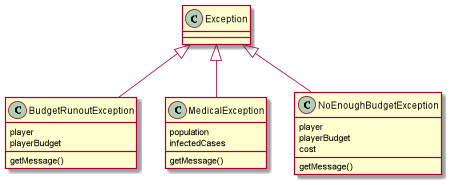
ahmad-hl/comp3021-corona-spring2021 keeps this PlantUML diagram as exceptions.png. Above is the earlier version.
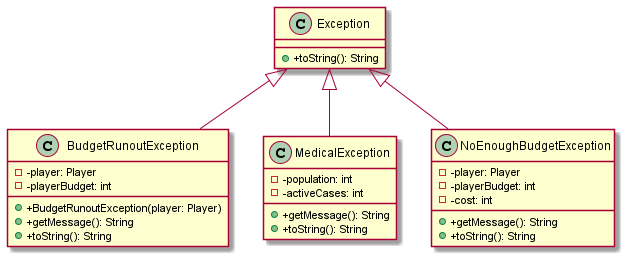
Later version of the same file.

What changed in the source:
```diff
@@ -1,21 +1,27 @@
 @startuml
 
-class Exception
+class Exception{
++ +toString(): String
+}
 class BudgetRunoutException{
-player
-playerBudget
-getMessage()
+- -player: Player
+- -playerBudget: int
++ +BudgetRunoutException(player: Player)
++ +getMessage(): String
++ +toString(): String
 }
 class MedicalException{
-population
-infectedCases
-getMessage()
+- -population: int
+- -activeCases: int
++ +getMessage(): String
++ +toString(): String
 }
 class NoEnoughBudgetException{
-player
-playerBudget
-cost
-getMessage()
+- -player: Player
+- -playerBudget: int
+- -cost: int
++ +getMessage(): String
++ +toString(): String
 }
 
 Exception <|-- BudgetRunoutException
```
